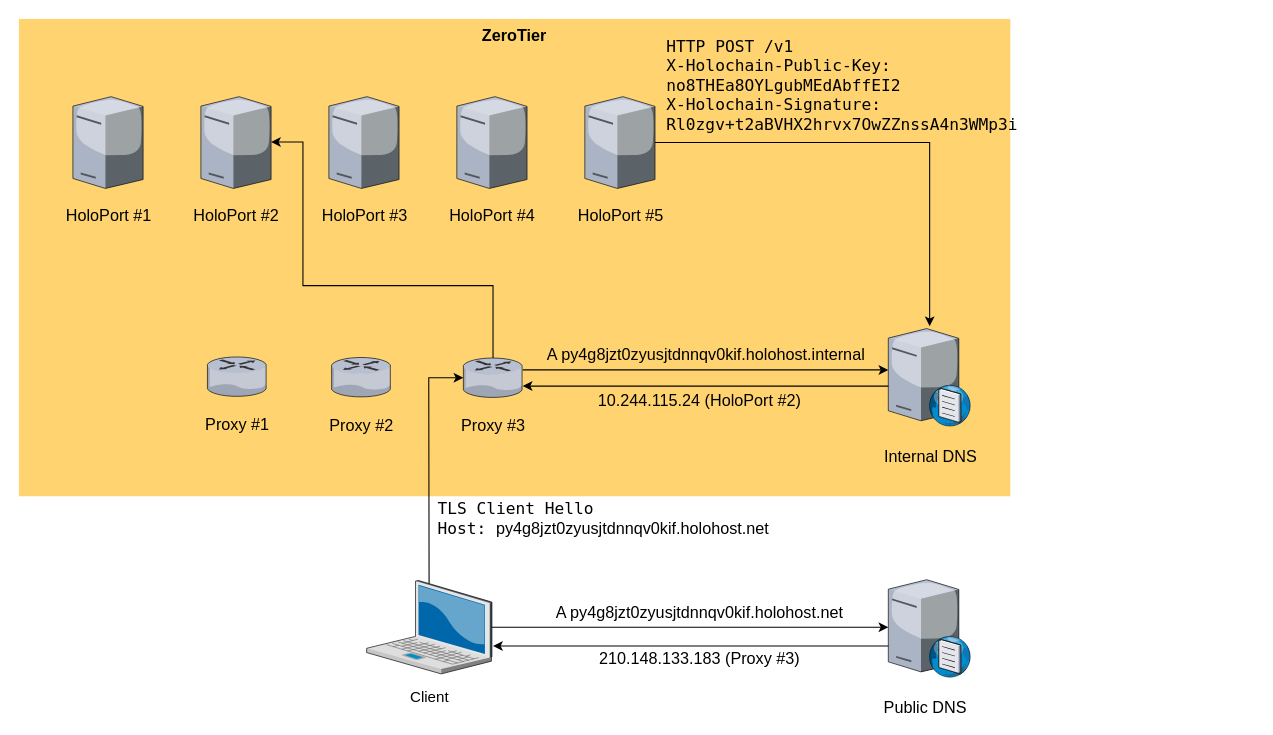
Earlier version of the draw.io diagram diagram.drawio (transumption-crypto/holo-router). Source tidied: cells renumbered, new cells numbered last; positions are measured from the earlier drawing's top-left corner, leaving out a move shared by most shapes. Both pictures are drawn from the tidied source at 108%, with x=0, y=0 at pixel (18, 18).
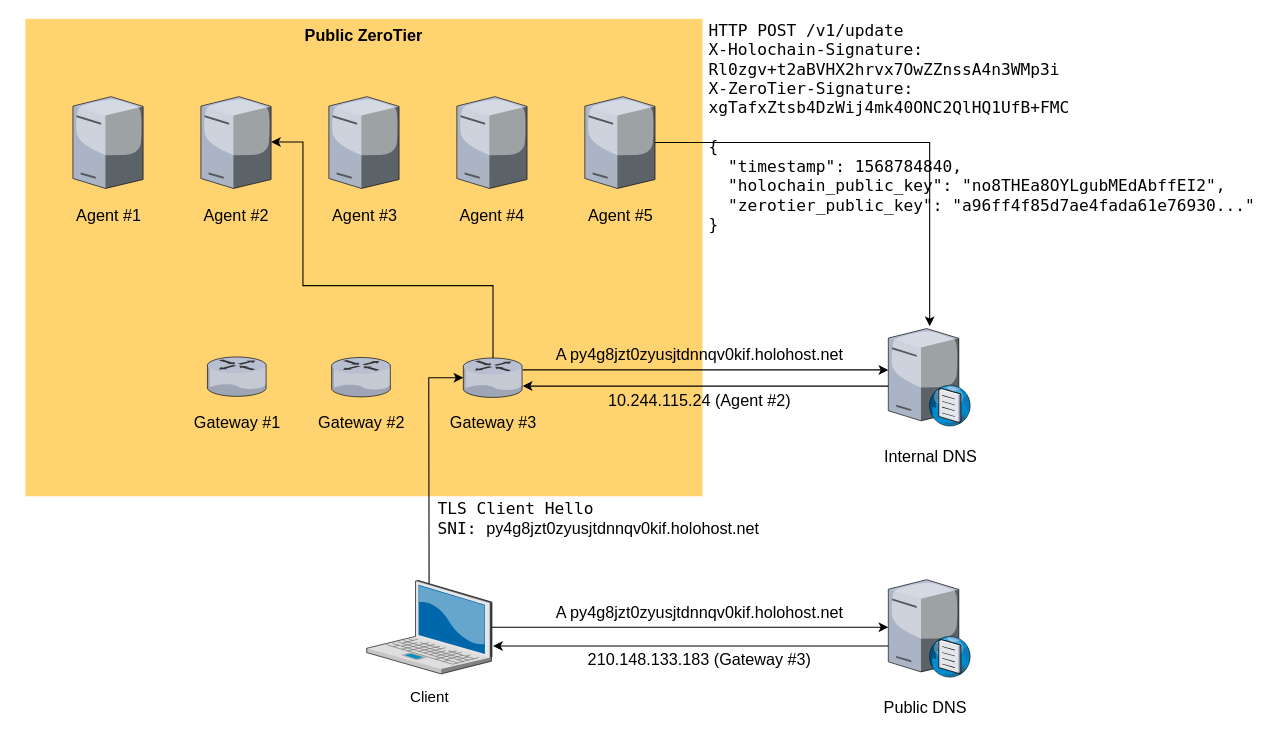
The same diagram, later.

The edit, as a diff of the source:
```diff
@@
-    <mxCell id="2" value="&lt;font style=&quot;font-size: 15px&quot;&gt;&lt;b&gt;ZeroTier&lt;/b&gt;&lt;/font&gt;" style="whiteSpace=wrap;html=1;fillColor=#FFD470;gradientColor=none;fontSize=14;strokeColor=none;verticalAlign=top;" parent="1" vertex="1">
-      <mxGeometry width="918" height="442" as="geometry" />
+    <mxCell id="2" value="&lt;font style=&quot;font-size: 15px&quot;&gt;&lt;b&gt;Public ZeroTier&lt;/b&gt;&lt;/font&gt;" style="whiteSpace=wrap;html=1;fillColor=#FFD470;gradientColor=none;fontSize=14;strokeColor=none;verticalAlign=top;" parent="1" vertex="1">
+      <mxGeometry x="6" width="627" height="442" as="geometry" />
     </mxCell>
@@
-    <mxCell id="15" value="HoloPort #1" style="text;html=1;align=center;verticalAlign=middle;fillColor=none;strokeColor=none;rounded=0;fontSize=15;" parent="1" vertex="1">
-      <mxGeometry x="32.5" y="172" width="100" height="20" as="geometry" />
+    <mxCell id="15" value="Agent #1" style="text;html=1;align=center;verticalAlign=middle;fillColor=none;strokeColor=none;rounded=0;fontSize=15;" parent="1" vertex="1">
+      <mxGeometry x="42.5" y="172" width="80" height="20" as="geometry" />
     </mxCell>
-    <mxCell id="16" value="HoloPort #2" style="text;html=1;align=center;verticalAlign=middle;fillColor=none;strokeColor=none;rounded=0;fontSize=15;" parent="1" vertex="1">
-      <mxGeometry x="151" y="172" width="100" height="20" as="geometry" />
+    <mxCell id="16" value="Agent #2" style="text;html=1;align=center;verticalAlign=middle;fillColor=none;strokeColor=none;rounded=0;fontSize=15;" parent="1" vertex="1">
+      <mxGeometry x="161" y="172" width="80" height="20" as="geometry" />
     </mxCell>
-    <mxCell id="17" value="HoloPort #3" style="text;html=1;align=center;verticalAlign=middle;fillColor=none;strokeColor=none;rounded=0;fontSize=15;" parent="1" vertex="1">
-      <mxGeometry x="269.5" y="172" width="100" height="20" as="geometry" />
+    <mxCell id="17" value="Agent #3" style="text;html=1;align=center;verticalAlign=middle;fillColor=none;strokeColor=none;rounded=0;fontSize=15;" parent="1" vertex="1">
+      <mxGeometry x="279.5" y="172" width="80" height="20" as="geometry" />
     </mxCell>
-    <mxCell id="18" value="HoloPort #4" style="text;html=1;align=center;verticalAlign=middle;fillColor=none;strokeColor=none;rounded=0;fontSize=15;" parent="1" vertex="1">
-      <mxGeometry x="388" y="172" width="100" height="20" as="geometry" />
+    <mxCell id="18" value="Agent #4" style="text;html=1;align=center;verticalAlign=middle;fillColor=none;strokeColor=none;rounded=0;fontSize=15;" parent="1" vertex="1">
+      <mxGeometry x="398" y="172" width="80" height="20" as="geometry" />
     </mxCell>
-    <mxCell id="19" value="HoloPort #5" style="text;html=1;align=center;verticalAlign=middle;fillColor=none;strokeColor=none;rounded=0;fontSize=15;" parent="1" vertex="1">
-      <mxGeometry x="506.5" y="172" width="100" height="20" as="geometry" />
+    <mxCell id="19" value="Agent #5" style="text;html=1;align=center;verticalAlign=middle;fillColor=none;strokeColor=none;rounded=0;fontSize=15;" parent="1" vertex="1">
+      <mxGeometry x="516.5" y="172" width="80" height="20" as="geometry" />
     </mxCell>
@@
-    <mxCell id="21" value="Proxy #1" style="text;html=1;align=center;verticalAlign=middle;fillColor=none;strokeColor=none;rounded=0;fontSize=15;" parent="1" vertex="1">
-      <mxGeometry x="166.5" y="365" width="70" height="20" as="geometry" />
+    <mxCell id="21" value="Gateway #1" style="text;html=1;align=center;verticalAlign=middle;fillColor=none;strokeColor=none;rounded=0;fontSize=15;" parent="1" vertex="1">
+      <mxGeometry x="157" y="363" width="90" height="20" as="geometry" />
     </mxCell>
@@
-    <mxCell id="23" value="Proxy #2" style="text;html=1;align=center;verticalAlign=middle;fillColor=none;strokeColor=none;rounded=0;fontSize=15;" parent="1" vertex="1">
-      <mxGeometry x="281.5" y="365.5" width="70" height="20" as="geometry" />
+    <mxCell id="23" value="Gateway #2" style="text;html=1;align=center;verticalAlign=middle;fillColor=none;strokeColor=none;rounded=0;fontSize=15;" parent="1" vertex="1">
+      <mxGeometry x="272" y="363" width="90" height="20" as="geometry" />
     </mxCell>
@@
-    <mxCell id="27" value="Proxy #3" style="text;html=1;align=center;verticalAlign=middle;fillColor=none;strokeColor=none;rounded=0;fontSize=15;" parent="1" vertex="1">
-      <mxGeometry x="403.5" y="366" width="70" height="20" as="geometry" />
+    <mxCell id="27" value="Gateway #3" style="text;html=1;align=center;verticalAlign=middle;fillColor=none;strokeColor=none;rounded=0;fontSize=15;" parent="1" vertex="1">
+      <mxGeometry x="394" y="363" width="90" height="20" as="geometry" />
     </mxCell>
@@
-    <mxCell id="34" value="210.148.133.183 (Proxy #3)" style="text;html=1;align=center;verticalAlign=middle;fillColor=none;strokeColor=none;rounded=0;fontSize=15;" parent="1" vertex="1">
-      <mxGeometry x="535" y="582" width="190" height="20" as="geometry" />
+    <mxCell id="34" value="210.148.133.183 (Gateway #3)" style="text;html=1;align=center;verticalAlign=middle;fillColor=none;strokeColor=none;rounded=0;fontSize=15;" parent="1" vertex="1">
+      <mxGeometry x="525" y="583" width="210" height="20" as="geometry" />
     </mxCell>
-    <mxCell id="35" value="TLS Client Hello&lt;br&gt;Host:&amp;nbsp;&lt;span style=&quot;font-family: &amp;#34;helvetica&amp;#34;&quot;&gt;py4g8jzt0zyusjtdnnqv0kif.holohost.net&lt;/span&gt;" style="text;html=1;align=left;verticalAlign=middle;fillColor=none;strokeColor=none;rounded=0;fontFamily=Lucida Console;fontSize=15;" parent="1" vertex="1">
-      <mxGeometry x="385.5" y="442" width="310" height="40" as="geometry" />
+    <mxCell id="35" value="TLS Client Hello&lt;br&gt;SNI:&amp;nbsp;&lt;span style=&quot;font-family: &amp;#34;helvetica&amp;#34;&quot;&gt;py4g8jzt0zyusjtdnnqv0kif.holohost.net&lt;/span&gt;" style="text;html=1;align=left;verticalAlign=middle;fillColor=none;strokeColor=none;rounded=0;fontFamily=Lucida Console;fontSize=15;" parent="1" vertex="1">
+      <mxGeometry x="385.5" y="442" width="300" height="40" as="geometry" />
     </mxCell>
-    <mxCell id="36" value="A py4g8jzt0zyusjtdnnqv0kif.holohost.internal" style="text;html=1;align=center;verticalAlign=middle;fillColor=none;strokeColor=none;rounded=0;fontSize=15;" parent="1" vertex="1">
-      <mxGeometry x="481" y="300" width="310" height="20" as="geometry" />
+    <mxCell id="36" value="A py4g8jzt0zyusjtdnnqv0kif.holohost.net" style="text;html=1;align=center;verticalAlign=middle;fillColor=none;strokeColor=none;rounded=0;fontSize=15;" parent="1" vertex="1">
+      <mxGeometry x="485" y="300" width="290" height="20" as="geometry" />
     </mxCell>
@@
-    <mxCell id="38" value="10.244.115.24 (HoloPort #2)" style="text;html=1;align=center;verticalAlign=middle;fillColor=none;strokeColor=none;rounded=0;fontSize=15;" parent="1" vertex="1">
-      <mxGeometry x="530" y="343" width="200" height="20" as="geometry" />
+    <mxCell id="38" value="10.244.115.24 (Agent #2)" style="text;html=1;align=center;verticalAlign=middle;fillColor=none;strokeColor=none;rounded=0;fontSize=15;" parent="1" vertex="1">
+      <mxGeometry x="540" y="343" width="180" height="20" as="geometry" />
     </mxCell>
-    <mxCell id="39" value="HTTP POST /v1&lt;br&gt;X-Holochain-Public-Key:&lt;br&gt;no8THEa8OYLgubMEdAbffEI2&lt;br&gt;X-Holochain-Signature:&lt;br&gt;Rl0zgv+t2aBVHX2hrvx7OwZZnssA4n3WMp3i" style="text;html=1;align=left;verticalAlign=middle;fillColor=none;strokeColor=none;rounded=0;fontFamily=Lucida Console;fontSize=15;" parent="1" vertex="1">
-      <mxGeometry x="597.5" y="16" width="310" height="90" as="geometry" />
+    <mxCell id="39" value="HTTP POST /v1/update&lt;br&gt;X-Holochain-Signature:&lt;br&gt;Rl0zgv+t2aBVHX2hrvx7OwZZnssA4n3WMp3i&lt;br&gt;X-ZeroTier-Signature:&lt;br&gt;xgTafxZtsb4DzWij4mk40ONC2QlHQ1UfB+FMC&lt;br&gt;&lt;br&gt;{&lt;br&gt;&amp;nbsp; &quot;timestamp&quot;: 1568784840,&lt;br&gt;&amp;nbsp; &quot;holochain_public_key&quot;: &quot;no8THEa8OYLgubMEdAbffEI2&quot;,&lt;br&gt;&amp;nbsp; &quot;zerotier_public_key&quot;: &quot;a96ff4f85d7ae4fada61e76930...&quot;&lt;br&gt;}" style="text;html=1;align=left;verticalAlign=middle;fillColor=none;strokeColor=none;rounded=0;fontFamily=Lucida Console;fontSize=15;" parent="1" vertex="1">
+      <mxGeometry x="637" width="400" height="200" as="geometry" />
     </mxCell>
```
